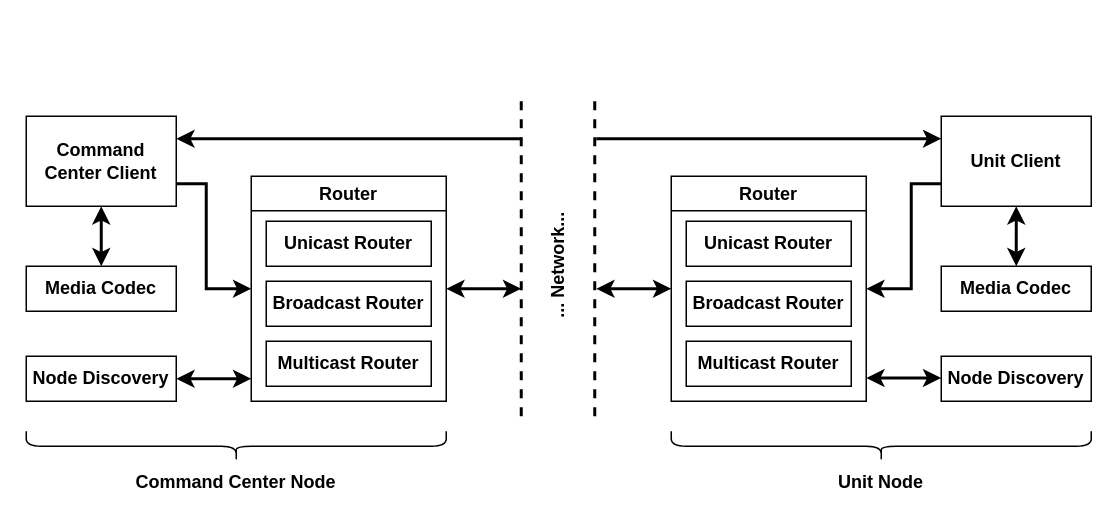
The draw.io diagram page "Page-2" (2 of 2) of docs/figures/modules_diagram.drawio in mido3ds/C4IAN, before the edit. Source tidied: cells renumbered, new cells numbered last; positions are measured from the earlier drawing's top-left corner, leaving out a move shared by most shapes. Both pictures are drawn from the tidied source at 150%, with x=0, y=0 at pixel (26, 100).
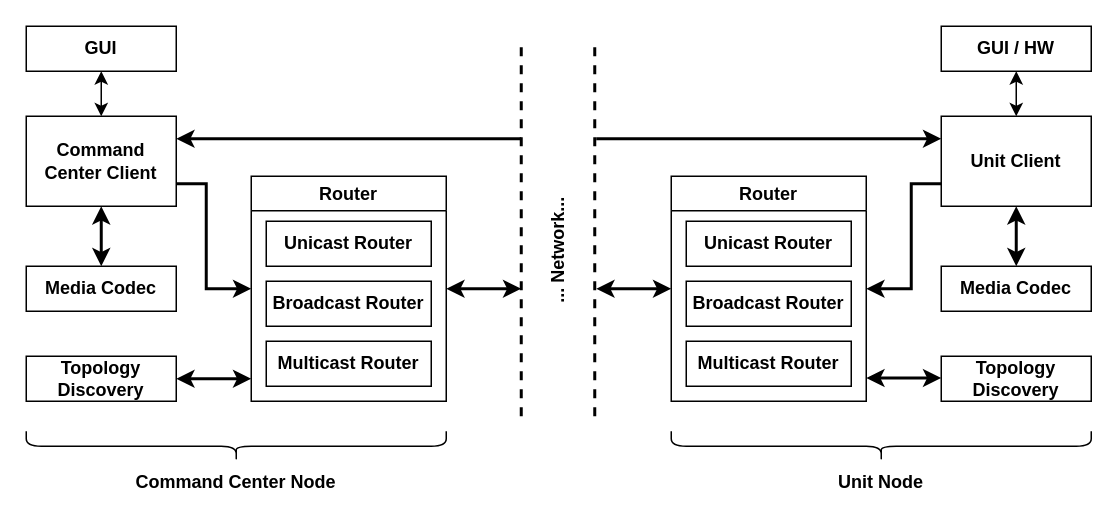
The same diagram, later.

Commit message (it also covers changes not shown here):
modules_diagram: added ui

Unchanged cells that the change refers to:
```xml
<mxCell id="3" value="&lt;b&gt;&lt;font style=&quot;font-size: 12px&quot;&gt;Command Center Client&lt;/font&gt;&lt;/b&gt;" style="whiteSpace=wrap;html=1;align=center;verticalAlign=middle;newEdgeStyle={&quot;edgeStyle&quot;:&quot;elbowEdgeStyle&quot;,&quot;startArrow&quot;:&quot;none&quot;,&quot;endArrow&quot;:&quot;none&quot;};fontSize=11;sketch=0;" parent="1" vertex="1">
  <mxGeometry y="10" width="100" height="60" as="geometry" />
</mxCell>
<mxCell id="26" value="&lt;b&gt;&lt;font style=&quot;font-size: 12px&quot;&gt;Unit Client&lt;/font&gt;&lt;/b&gt;" style="whiteSpace=wrap;html=1;align=center;verticalAlign=middle;newEdgeStyle={&quot;edgeStyle&quot;:&quot;elbowEdgeStyle&quot;,&quot;startArrow&quot;:&quot;none&quot;,&quot;endArrow&quot;:&quot;none&quot;};fontSize=11;sketch=0;" parent="1" vertex="1">
  <mxGeometry x="610" y="10" width="100" height="60" as="geometry" />
</mxCell>
```

What changed in the source:
```diff
@@
-    <mxCell id="11" value="&lt;b&gt;Node Discovery&lt;/b&gt;" style="rounded=0;whiteSpace=wrap;html=1;" parent="1" vertex="1">
+    <mxCell id="11" value="&lt;b&gt;Topology Discovery&lt;/b&gt;" style="rounded=0;whiteSpace=wrap;html=1;" parent="1" vertex="1">
       <mxGeometry y="170" width="100" height="30" as="geometry" />
     </mxCell>
@@
     <mxCell id="15" style="endArrow=none;html=1;strokeColor=#000000;strokeWidth=2;fontSize=11;dashed=1;" parent="1" edge="1">
       <mxGeometry relative="1" as="geometry">
         <mxPoint x="330" y="210" as="sourcePoint" />
-        <mxPoint x="330" as="targetPoint" />
+        <mxPoint x="330" y="-40" as="targetPoint" />
       </mxGeometry>
     </mxCell>
     <mxCell id="16" value="... Network..." style="text;html=1;align=center;verticalAlign=middle;fontSize=12;horizontal=0;fontStyle=1;" parent="1" vertex="1">
-      <mxGeometry x="340" y="70" width="30" height="80" as="geometry" />
+      <mxGeometry x="340" y="60" width="30" height="80" as="geometry" />
     </mxCell>
     <mxCell id="17" style="endArrow=none;html=1;strokeColor=#000000;strokeWidth=2;fontSize=11;dashed=1;" parent="1" edge="1">
       <mxGeometry relative="1" as="geometry">
         <mxPoint x="379" y="210" as="sourcePoint" />
-        <mxPoint x="379" as="targetPoint" />
+        <mxPoint x="379" y="-40" as="targetPoint" />
       </mxGeometry>
     </mxCell>
@@
-    <mxCell id="23" value="&lt;b&gt;Node Discovery&lt;/b&gt;" style="rounded=0;whiteSpace=wrap;html=1;" parent="1" vertex="1">
+    <mxCell id="23" value="&lt;b&gt;Topology Discovery&lt;/b&gt;" style="rounded=0;whiteSpace=wrap;html=1;" parent="1" vertex="1">
       <mxGeometry x="610" y="170" width="100" height="30" as="geometry" />
     </mxCell>
@@
+    <mxCell id="31" style="edgeStyle=orthogonalEdgeStyle;rounded=0;jettySize=auto;html=1;exitX=0.5;exitY=1;exitDx=0;exitDy=0;entryX=0.5;entryY=0;entryDx=0;entryDy=0;startArrow=classic;startFill=1;" parent="1" edge="1" source="32" target="26">
+      <mxGeometry relative="1" as="geometry" />
+    </mxCell>
+    <mxCell id="32" value="&lt;b&gt;GUI / HW&lt;/b&gt;" style="rounded=0;whiteSpace=wrap;html=1;" parent="1" vertex="1">
+      <mxGeometry x="610" y="-50" width="100" height="30" as="geometry" />
+    </mxCell>
+    <mxCell id="33" style="edgeStyle=orthogonalEdgeStyle;rounded=0;jettySize=auto;html=1;exitX=0.5;exitY=1;exitDx=0;exitDy=0;entryX=0.5;entryY=0;entryDx=0;entryDy=0;startArrow=classic;startFill=1;" parent="1" edge="1" source="34" target="3">
+      <mxGeometry relative="1" as="geometry" />
+    </mxCell>
+    <mxCell id="34" value="&lt;b&gt;GUI&lt;/b&gt;" style="rounded=0;whiteSpace=wrap;html=1;" parent="1" vertex="1">
+      <mxGeometry y="-50" width="100" height="30" as="geometry" />
+    </mxCell>
```
